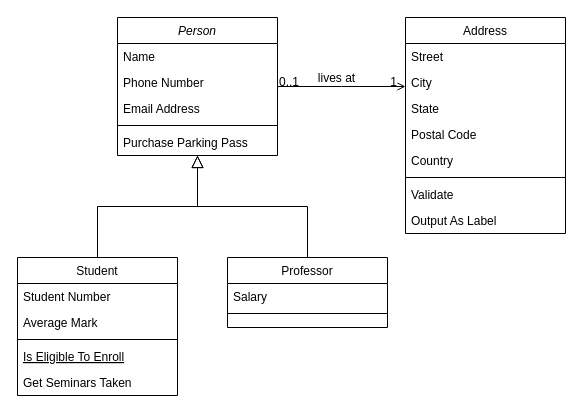
The draw.io diagram Диаграмма без названия.drawio in PortalShooter/Game-chess, before the edit. Source tidied: cells renumbered, new cells numbered last; positions are measured from the earlier drawing's top-left corner, leaving out a move shared by most shapes. Both pictures are drawn from the tidied source at 100%, with x=0, y=0 at pixel (17, 17).
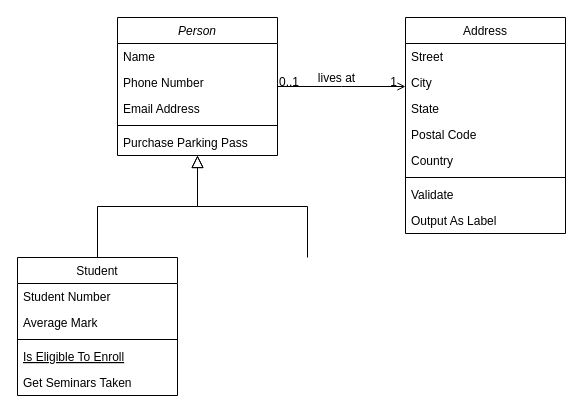
The same page after the edit.

The change refers to these unchanged cells:
```xml
<mxCell id="2" value="Person" style="swimlane;fontStyle=2;align=center;verticalAlign=top;horizontal=1;startSize=26;rounded=0;shadow=0;strokeWidth=1;" parent="1" vertex="1">
  <mxGeometry x="100" width="160" height="138" as="geometry" />
</mxCell>
```

Change to the diagram source:
```diff
@@
-    <mxCell id="15" value="Professor" style="swimlane;fontStyle=0;align=center;verticalAlign=top;horizontal=1;startSize=26;rounded=0;shadow=0;strokeWidth=1;" parent="1" vertex="1">
-      <mxGeometry x="210" y="240" width="160" height="70" as="geometry" />
-    </mxCell>
-    <mxCell id="16" value="Salary" style="text;align=left;verticalAlign=top;spacingLeft=4;spacingRight=4;overflow=hidden;" parent="15" vertex="1">
-      <mxGeometry y="26" width="160" height="26" as="geometry" />
-    </mxCell>
-    <mxCell id="17" style="line;html=1;strokeWidth=1;align=left;verticalAlign=middle;spacingTop=-1;spacingLeft=3;spacingRight=3;labelPosition=right;" parent="15" vertex="1">
-      <mxGeometry y="52" width="160" height="8" as="geometry" />
-    </mxCell>
-    <mxCell id="18" style="endArrow=block;endSize=10;endFill=0;shadow=0;strokeWidth=1;rounded=0;edgeStyle=elbowEdgeStyle;elbow=vertical;" parent="1" edge="1" source="15" target="2">
-      <mxGeometry relative="1" as="geometry" />
+    <mxCell id="18" style="endArrow=block;endSize=10;endFill=0;shadow=0;strokeWidth=1;rounded=0;edgeStyle=elbowEdgeStyle;elbow=vertical;" parent="1" edge="1" target="2">
+      <mxGeometry relative="1" as="geometry">
+        <mxPoint x="290" y="240" as="sourcePoint" />
+      </mxGeometry>
     </mxCell>
```
